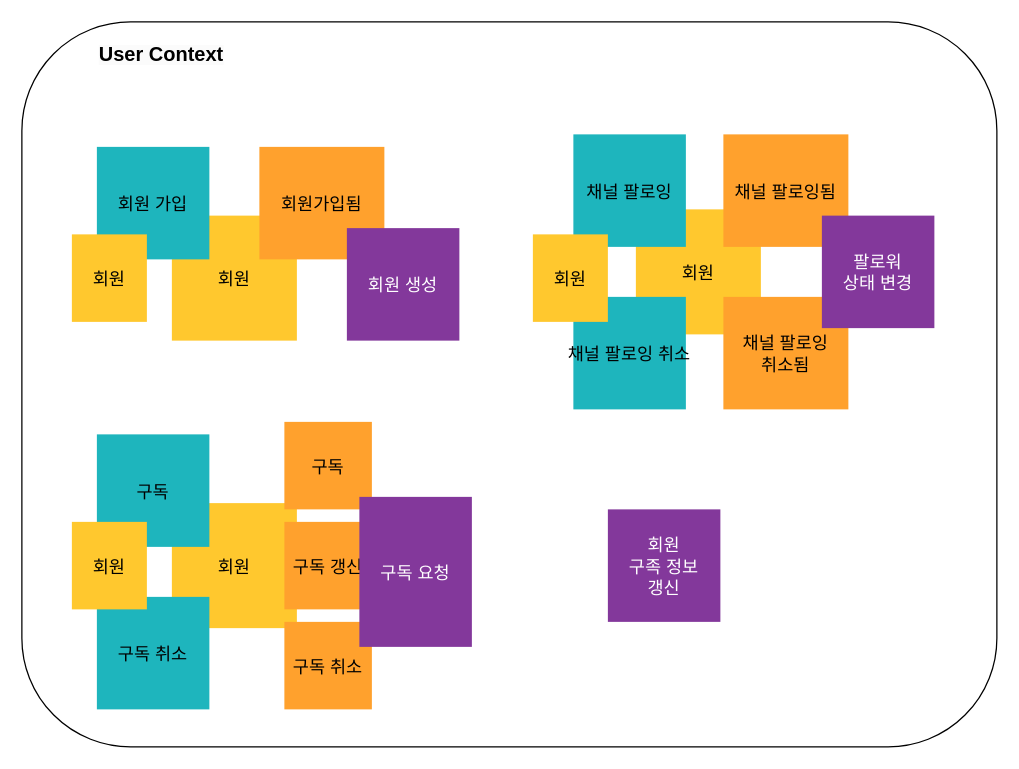
Before: page "event_storming" (2 of 3) of doc/doc.drawio in ISSuh/mystream-user, a draw.io diagram. Source tidied: cells renumbered, new cells numbered last; positions are measured from the earlier drawing's top-left corner, leaving out a move shared by most shapes. Both pictures are drawn from the tidied source at 125%, with x=0, y=0 at pixel (21, 21).
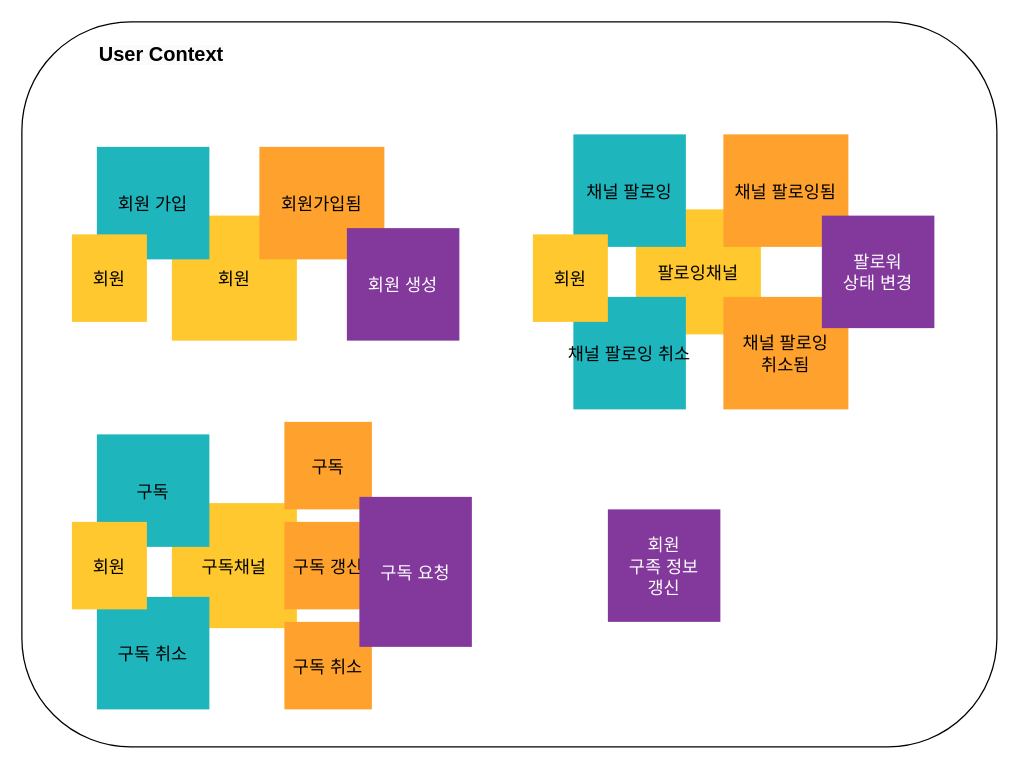
The same page after the edit.

The change refers to these unchanged cells:
```xml
<mxCell id="2" style="group;" parent="1" vertex="1">
  <mxGeometry width="780" height="580" as="geometry" />
</mxCell>
```

Diff of the diagram source:
```diff
@@
-    <mxCell id="4" value="회원" style="fillColor=#FFC82E;strokeColor=none;fontSize=14;" parent="2" vertex="1">
+    <mxCell id="4" value="팔로잉채널" style="fillColor=#FFC82E;strokeColor=none;fontSize=14;" parent="2" vertex="1">
       <mxGeometry x="491.2" y="150" width="100" height="100" as="geometry" />
     </mxCell>
@@
-    <mxCell id="17" value="회원" style="fillColor=#FFC82E;strokeColor=none;fontSize=14;" parent="2" vertex="1">
+    <mxCell id="17" value="구독채널" style="fillColor=#FFC82E;strokeColor=none;fontSize=14;" parent="2" vertex="1">
       <mxGeometry x="120" y="385" width="100" height="100" as="geometry" />
     </mxCell>
```
